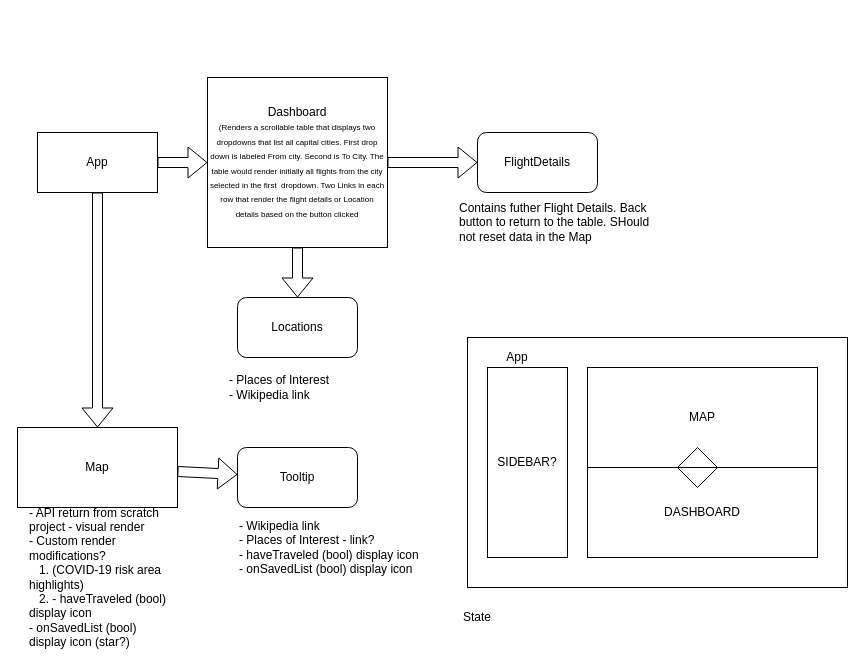
The draw.io diagram AppView.drawio in Axolotl-CS47/Axolotl, before the edit. Source tidied: cells renumbered, new cells numbered last; positions are measured from the earlier drawing's top-left corner, leaving out a move shared by most shapes. Both pictures are drawn from the tidied source at 100%, with x=0, y=0 at pixel (17, 77).
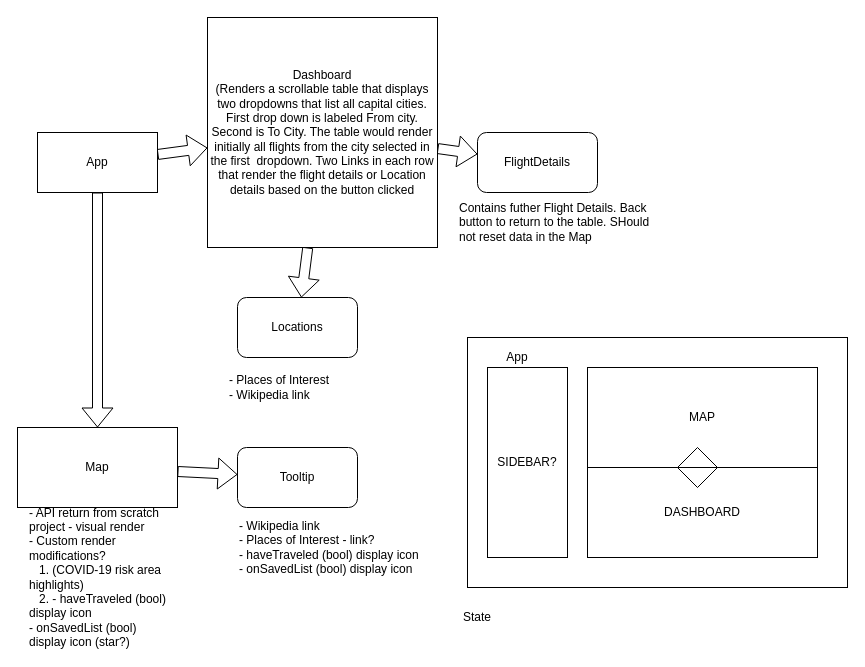
The same diagram, later.

Change to the diagram source:
```diff
@@
-    <mxCell id="7" value="Dashboard&lt;br&gt;&lt;font style=&quot;font-size: 8px&quot;&gt;(Renders a scrollable table that displays two dropdowns that list all capital cities. First drop down is labeled From city. Second is To City. The table would render initially all flights from the city selected in the first&amp;nbsp; dropdown. Two Links in each row that render the flight details or Location details based on the button clicked&lt;/font&gt;" style="rounded=0;whiteSpace=wrap;html=1;" parent="1" vertex="1">
-      <mxGeometry x="190" width="180" height="170" as="geometry" />
+    <mxCell id="7" value="Dashboard&lt;br&gt;&lt;font style=&quot;font-size: 12px&quot;&gt;(Renders a scrollable table that displays two dropdowns that list all capital cities. First drop down is labeled From city. Second is To City. The table would render initially all flights from the city selected in the first&amp;nbsp; dropdown. Two Links in each row that render the flight details or Location details based on the button clicked&lt;/font&gt;" style="rounded=0;whiteSpace=wrap;html=1;" parent="1" vertex="1">
+      <mxGeometry x="190" y="-60" width="230" height="230" as="geometry" />
     </mxCell>
```
